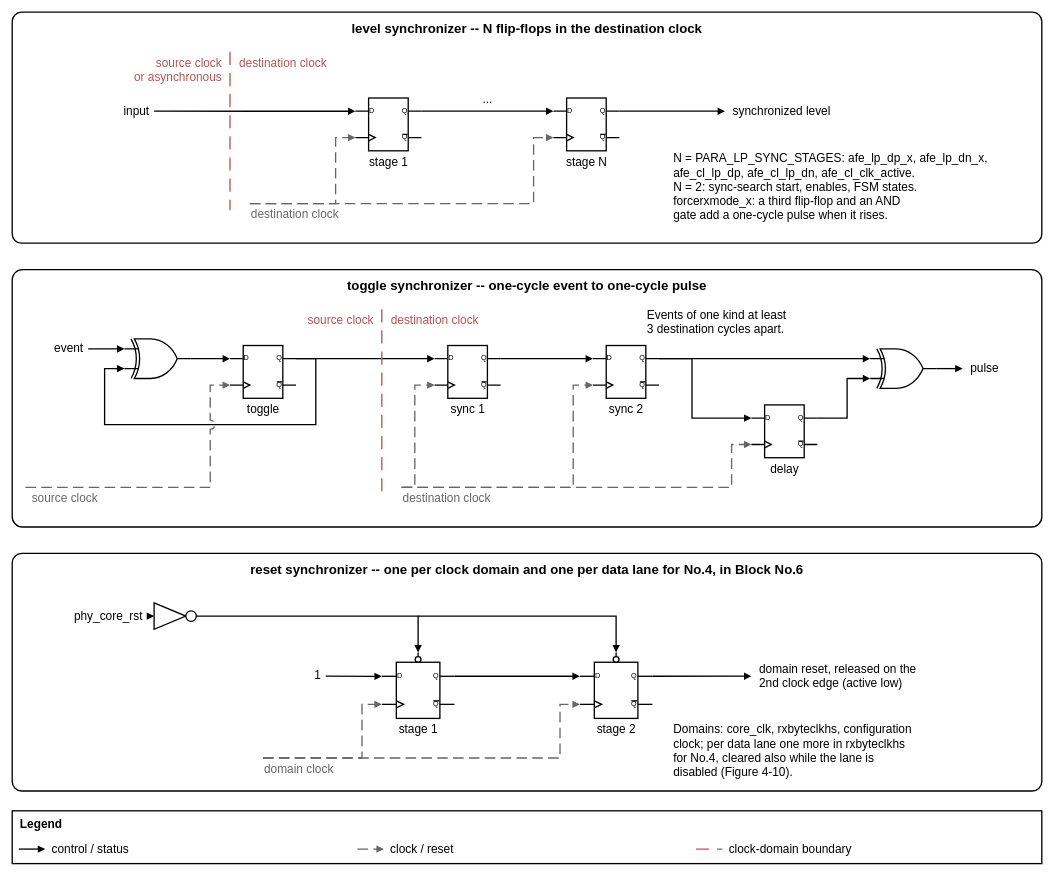
Above: 22fdx/rx/digital/hw/rtl/ip/ftel_dphy_rx/doc/figures/ftel_dphy_rx_sync_cells.drawio in ftel-cdc/fu3_dphy (draw.io), before the change. Source tidied: cells renumbered, new cells numbered last; positions are measured from the earlier drawing's top-left corner, leaving out a move shared by most shapes. Both pictures are drawn from the tidied source at 66%, with x=0, y=0 at pixel (12, 12).
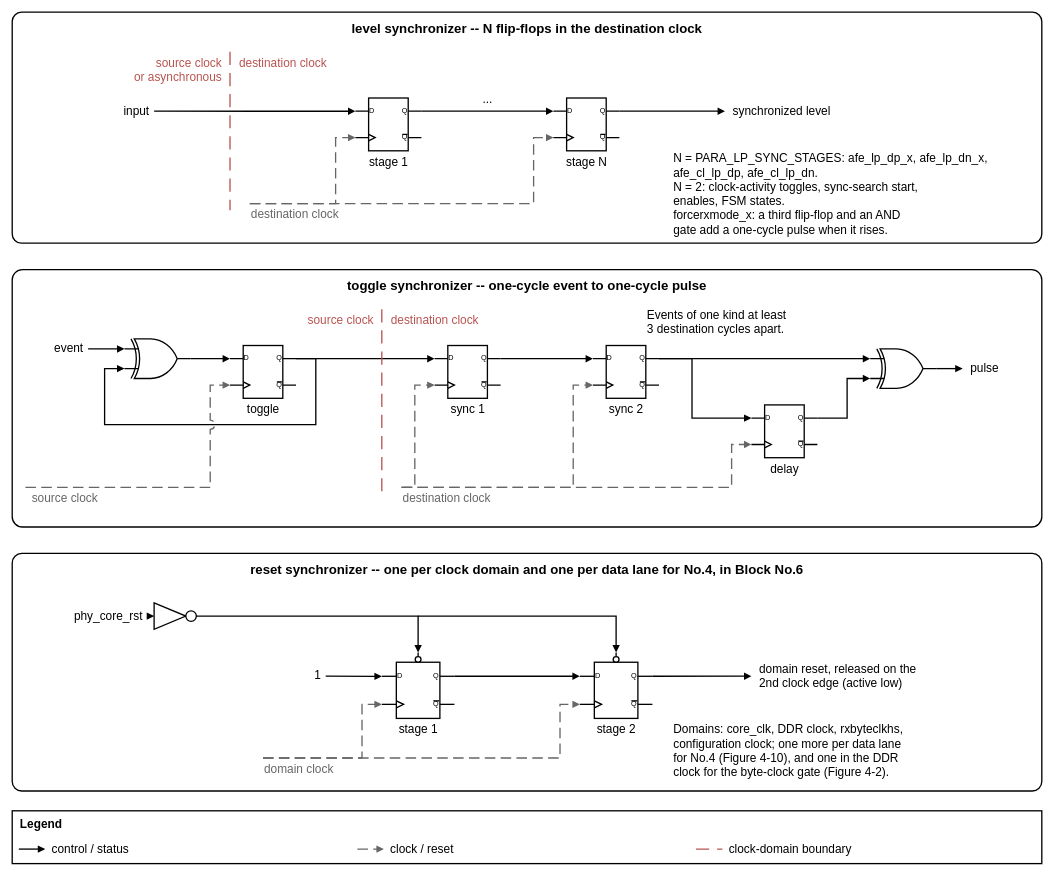
After the change.

Diff of the diagram source:
```diff
@@
-    <mxCell id="15" value="N = PARA_LP_SYNC_STAGES: afe_lp_dp_x, afe_lp_dn_x,&lt;br&gt;afe_cl_lp_dp, afe_cl_lp_dn, afe_cl_clk_active.&lt;br&gt;N = 2: sync-search start, enables, FSM states.&lt;br&gt;forcerxmode_x: a third flip-flop and an AND&lt;br&gt;gate add a one-cycle pulse when it rises." style="text;html=1;whiteSpace=wrap;fontSize=18;align=left;verticalAlign=top;strokeColor=none;fillColor=none;spacing=2;" parent="1" vertex="1">
+    <mxCell id="15" value="N = PARA_LP_SYNC_STAGES: afe_lp_dp_x, afe_lp_dn_x,&lt;br&gt;afe_cl_lp_dp, afe_cl_lp_dn.&lt;br&gt;N = 2: clock-activity toggles, sync-search start,&lt;br&gt;enables, FSM states.&lt;br&gt;forcerxmode_x: a third flip-flop and an AND&lt;br&gt;gate add a one-cycle pulse when it rises." style="text;html=1;whiteSpace=wrap;fontSize=18;align=left;verticalAlign=top;strokeColor=none;fillColor=none;spacing=2;" parent="1" vertex="1">
       <mxGeometry x="1000" y="205" width="540" height="140" as="geometry" />
     </mxCell>
@@
-    <mxCell id="60" value="Domains: core_clk, rxbyteclkhs, configuration&lt;br&gt;clock; per data lane one more in rxbyteclkhs&lt;br&gt;for No.4, cleared also while the lane is&lt;br&gt;disabled (Figure 4-10)." style="text;html=1;whiteSpace=wrap;fontSize=18;align=left;verticalAlign=top;strokeColor=none;fillColor=none;spacing=2;" parent="1" vertex="1">
+    <mxCell id="60" value="Domains: core_clk, DDR clock, rxbyteclkhs,&lt;br&gt;configuration clock; one more per data lane&lt;br&gt;for No.4 (Figure 4-10), and one in the DDR&lt;br&gt;clock for the byte-clock gate (Figure 4-2)." style="text;html=1;whiteSpace=wrap;fontSize=18;align=left;verticalAlign=top;strokeColor=none;fillColor=none;spacing=2;" parent="1" vertex="1">
       <mxGeometry x="1000" y="1070" width="550" height="104" as="geometry" />
     </mxCell>
```
